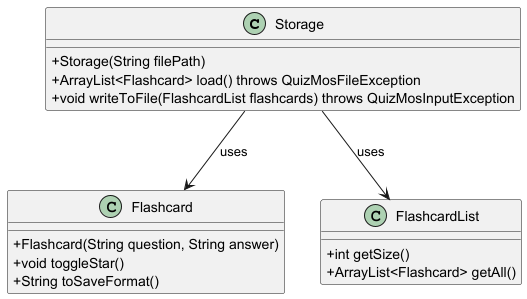
Above: docs/images/StorageComponent_ClassDiagram.png in ashutoshalung/tp (PlantUML), before the change. The source it was exported from:
```plantuml
@startuml
skinparam classAttributeIconSize 0
skinparam classStyle rectangle

class Storage {
  +Storage(String filePath)
  +ArrayList<Flashcard> load() throws QuizMosFileException
  +void writeToFile(FlashcardList flashcards) throws QuizMosInputException
}

class Flashcard {
  +Flashcard(String question, String answer)
  +void toggleStar()
  +String toSaveFormat()
}

class FlashcardList {
  +int getSize()
  +ArrayList<Flashcard> getAll()
}

Storage --> Flashcard : uses
Storage --> FlashcardList : uses
@enduml
```
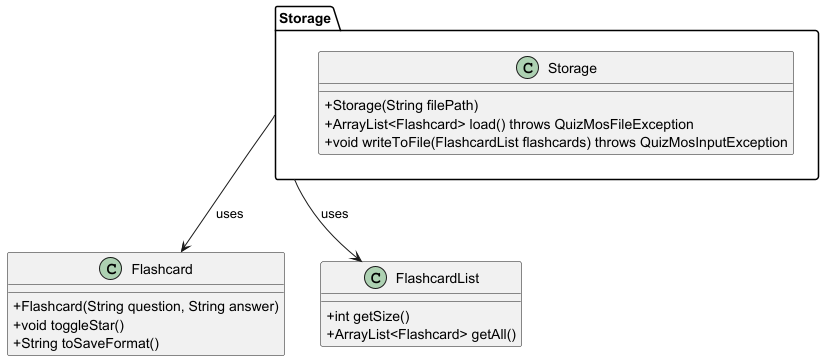
After the change.

Commit message:
Fix Storage component diagram

What changed in the source:
```diff
@@ -2,10 +2,12 @@
 skinparam classAttributeIconSize 0
 skinparam classStyle rectangle
 
-class Storage {
-  +Storage(String filePath)
-  +ArrayList<Flashcard> load() throws QuizMosFileException
-  +void writeToFile(FlashcardList flashcards) throws QuizMosInputException
+package "Storage" {
+    class Storage {
+      +Storage(String filePath)
+      +ArrayList<Flashcard> load() throws QuizMosFileException
+      +void writeToFile(FlashcardList flashcards) throws QuizMosInputException
+    }
 }
 
 class Flashcard {
```
